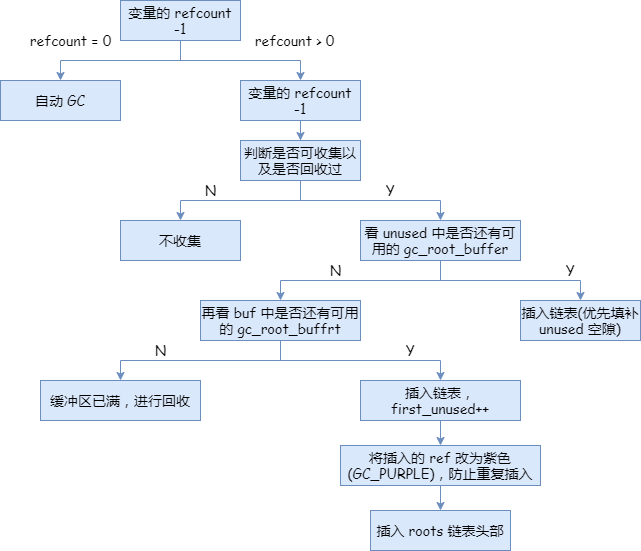
Before: 垃圾收集过程.png, a diagram exported from draw.io (350258655/image). Source tidied: cells renumbered, new cells last; positions are measured from the earlier drawing's top-left corner, leaving out a move shared by most shapes.
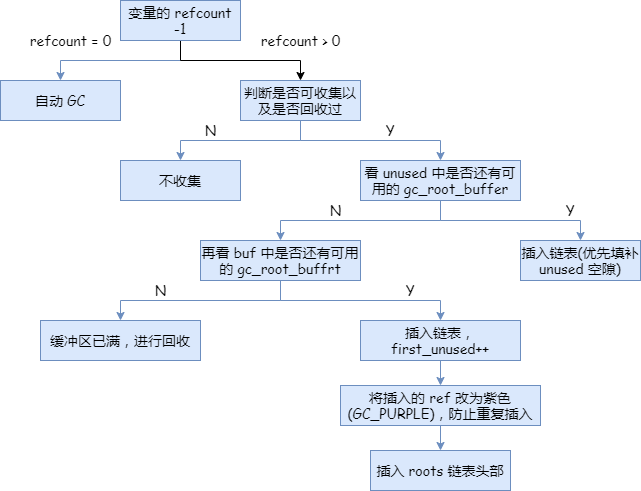
The same file after the commit.

Commit message:
更新垃圾收集过程.png

Change to the diagram source:
```diff
@@ -5,26 +5,20 @@
     <mxCell id="2" style="edgeStyle=orthogonalEdgeStyle;rounded=0;jettySize=auto;html=1;fontFamily=Comic Sans MS;fontSize=14;fillColor=#dae8fc;strokeColor=#6c8ebf;" parent="1" edge="1" source="4" target="5">
       <mxGeometry relative="1" as="geometry" />
     </mxCell>
-    <mxCell id="3" style="edgeStyle=orthogonalEdgeStyle;rounded=0;jettySize=auto;html=1;fontFamily=Comic Sans MS;fontSize=14;fillColor=#dae8fc;strokeColor=#6c8ebf;" parent="1" edge="1" source="4" target="7">
-      <mxGeometry relative="1" as="geometry" />
-    </mxCell>
+    <mxCell id="33" style="edgeStyle=orthogonalEdgeStyle;rounded=0;jettySize=auto;html=1;entryX=0.5;entryY=0;entryDx=0;entryDy=0;fontFamily=Comic Sans MS;fontSize=14;" parent="1" edge="1" source="4" target="12">
+      <mxGeometry relative="1" as="geometry" />
+    </mxCell>
     <mxCell id="4" value="变量的 refcount -1" style="rounded=0;whiteSpace=wrap;html=1;fontFamily=Comic Sans MS;fontSize=14;fillColor=#dae8fc;strokeColor=#6c8ebf;" parent="1" vertex="1">
-      <mxGeometry x="120" width="120" height="40" as="geometry" />
+      <mxGeometry x="120" y="60" width="120" height="40" as="geometry" />
     </mxCell>
     <mxCell id="5" value="自动 GC" style="rounded=0;whiteSpace=wrap;html=1;fontFamily=Comic Sans MS;fontSize=14;fillColor=#dae8fc;strokeColor=#6c8ebf;" parent="1" vertex="1">
-      <mxGeometry y="80" width="120" height="40" as="geometry" />
+      <mxGeometry y="140" width="120" height="40" as="geometry" />
     </mxCell>
-    <mxCell id="6" style="edgeStyle=orthogonalEdgeStyle;rounded=0;jettySize=auto;html=1;fontFamily=Comic Sans MS;fontSize=14;fillColor=#dae8fc;strokeColor=#6c8ebf;" parent="1" edge="1" source="7" target="12">
-      <mxGeometry relative="1" as="geometry" />
-    </mxCell>
-    <mxCell id="7" value="变量的 refcount -1" style="rounded=0;whiteSpace=wrap;html=1;fontFamily=Comic Sans MS;fontSize=14;fillColor=#dae8fc;strokeColor=#6c8ebf;" parent="1" vertex="1">
-      <mxGeometry x="240" y="80" width="120" height="40" as="geometry" />
-    </mxCell>
     <mxCell id="8" value="refcount = 0" style="text;html=1;align=center;verticalAlign=middle;fontFamily=Comic Sans MS;fontSize=14;" parent="1" vertex="1">
-      <mxGeometry x="20" y="30" width="100" height="20" as="geometry" />
+      <mxGeometry x="20" y="90" width="100" height="20" as="geometry" />
     </mxCell>
     <mxCell id="9" value="refcount &amp;gt; 0" style="text;html=1;align=center;verticalAlign=middle;fontFamily=Comic Sans MS;fontSize=14;" parent="1" vertex="1">
-      <mxGeometry x="244" y="30" width="100" height="20" as="geometry" />
+      <mxGeometry x="250" y="90" width="100" height="20" as="geometry" />
     </mxCell>
     <mxCell id="10" style="edgeStyle=orthogonalEdgeStyle;rounded=0;jettySize=auto;html=1;fontFamily=Comic Sans MS;fontSize=14;fillColor=#dae8fc;strokeColor=#6c8ebf;" parent="1" edge="1" source="12" target="15">
       <mxGeometry relative="1" as="geometry" />
```
